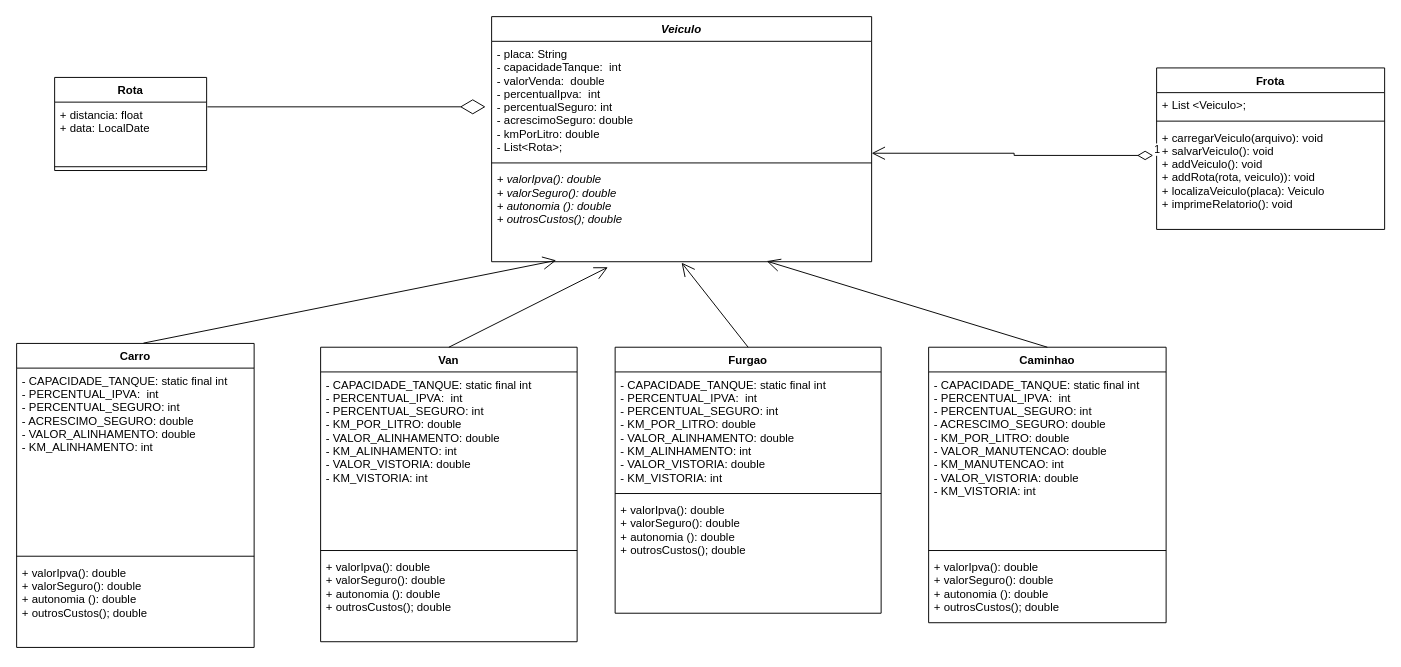
Above: docs/diagramas/LPM - Diagrama Projeto 3.drawio in DisciplinasProgramacao/projetos-3-4-5-t-e-a-m (draw.io), before the change. Source tidied: cells renumbered, new cells numbered last; positions are measured from the earlier drawing's top-left corner, leaving out a move shared by most shapes. Both pictures are drawn from the tidied source at 95%, with x=0, y=0 at pixel (16, 16).
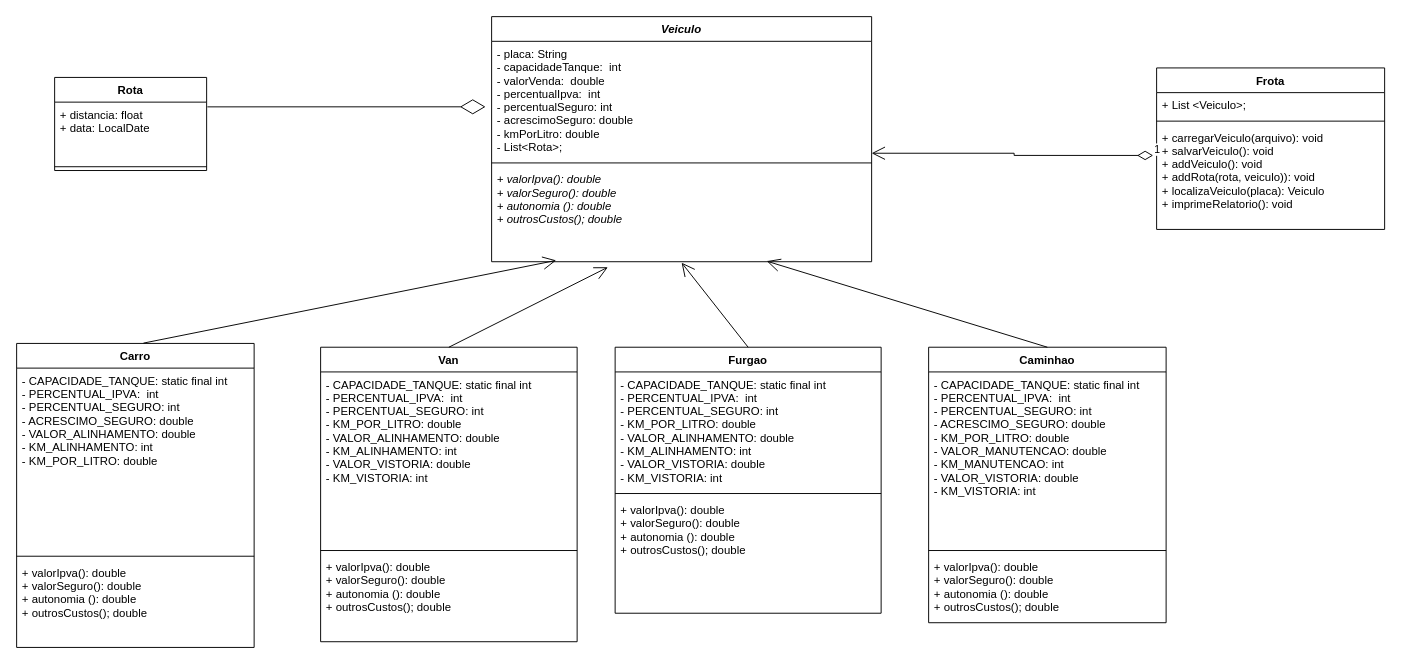
After the change.

The change refers to these unchanged cells:
```xml
<mxCell id="14" value="Carro" style="swimlane;fontStyle=1;align=center;verticalAlign=top;horizontal=1;startSize=26;" parent="1" vertex="1">
  <mxGeometry y="344" width="250" height="320" as="geometry" />
</mxCell>
```

What changed in the source:
```diff
@@
-    <mxCell id="15" value="- CAPACIDADE_TANQUE: static final int&#10;- PERCENTUAL_IPVA:  int&#10;- PERCENTUAL_SEGURO: int&#10;- ACRESCIMO_SEGURO: double&#10;- VALOR_ALINHAMENTO: double&#10;- KM_ALINHAMENTO: int" style="text;strokeColor=none;fillColor=none;align=left;verticalAlign=top;spacingLeft=4;spacingRight=4;overflow=hidden;fontStyle=0;" parent="14" vertex="1">
+    <mxCell id="15" value="- CAPACIDADE_TANQUE: static final int&#10;- PERCENTUAL_IPVA:  int&#10;- PERCENTUAL_SEGURO: int&#10;- ACRESCIMO_SEGURO: double&#10;- VALOR_ALINHAMENTO: double&#10;- KM_ALINHAMENTO: int&#10;- KM_POR_LITRO: double" style="text;strokeColor=none;fillColor=none;align=left;verticalAlign=top;spacingLeft=4;spacingRight=4;overflow=hidden;fontStyle=0;" parent="14" vertex="1">
       <mxGeometry y="26" width="250" height="194" as="geometry" />
     </mxCell>
```
